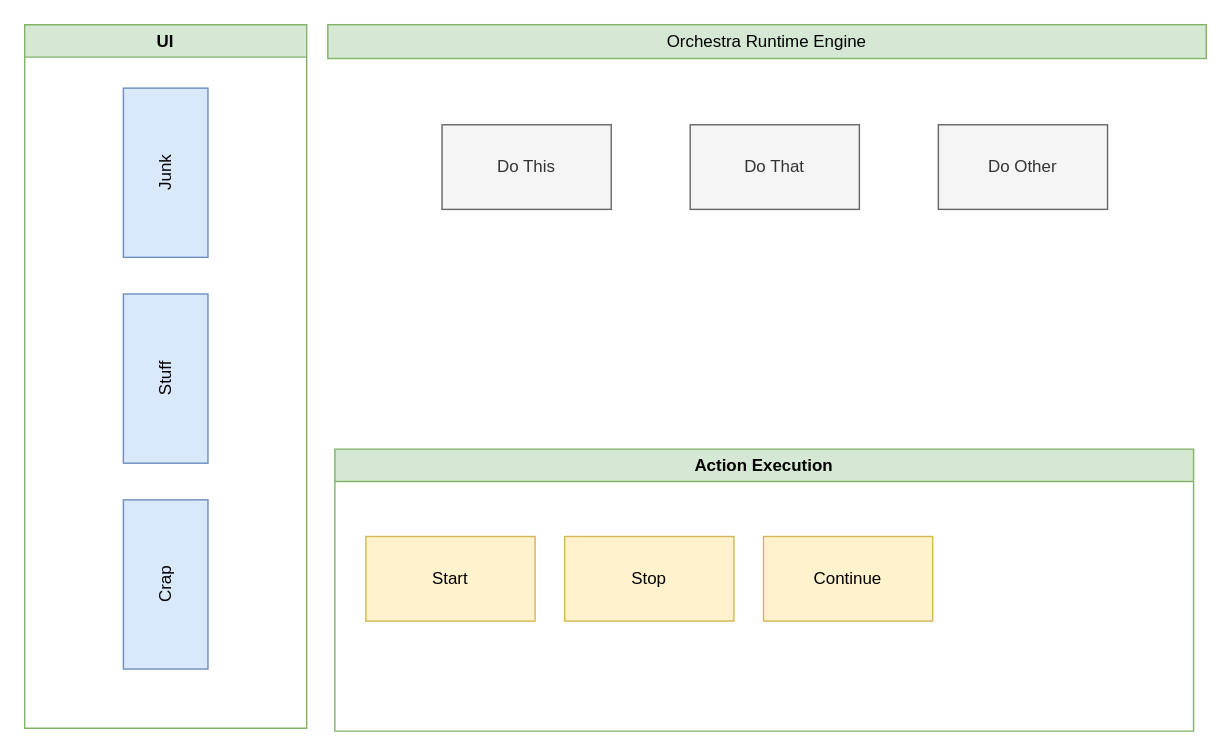
jkilgrow/design-diagrams keeps this draw.io diagram as demo-diagrams/first-demo-diagram.drawio. Above is the earlier version. Source tidied: cells renumbered, new cells numbered last; positions are measured from the earlier drawing's top-left corner, leaving out a move shared by most shapes. Both pictures are drawn from the tidied source at 141%, with x=0, y=0 at pixel (24, 24).
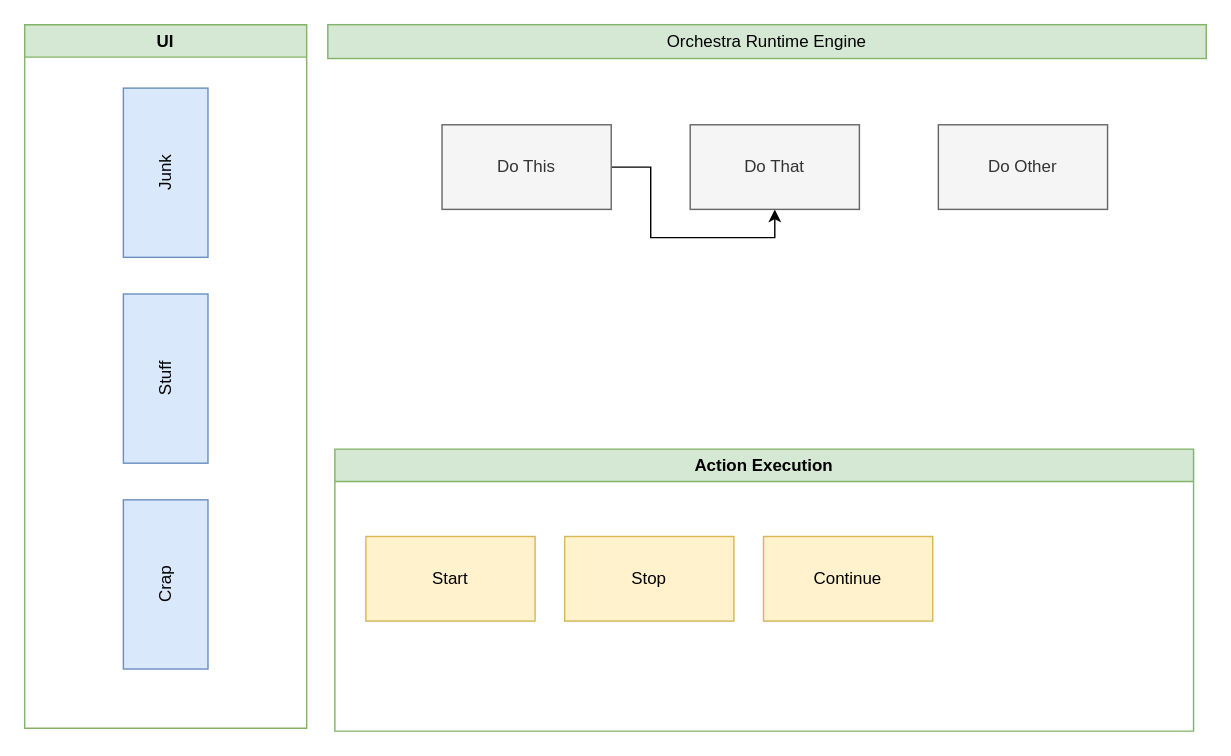
After the change.

Commit message:
Draw a line

Diff of the diagram source:
```diff
@@
 <mxGraphModel>
   <root>
     <mxCell id="0" />
     <mxCell id="1" parent="0" />
     <mxCell id="2" value="UI" style="swimlane;whiteSpace=wrap;html=1;fillColor=#d5e8d4;strokeColor=#82b366;" parent="1" vertex="1">
       <mxGeometry width="200" height="499" as="geometry" />
     </mxCell>
     <mxCell id="3" value="Crap" style="rounded=0;whiteSpace=wrap;html=1;fillColor=#dae8fc;strokeColor=#6c8ebf;rotation=-90;" parent="2" vertex="1">
       <mxGeometry x="40" y="367" width="120" height="60" as="geometry" />
     </mxCell>
     <mxCell id="4" value="Stuff" style="rounded=0;whiteSpace=wrap;html=1;fillColor=#dae8fc;strokeColor=#6c8ebf;rotation=-90;" parent="2" vertex="1">
       <mxGeometry x="40" y="221" width="120" height="60" as="geometry" />
     </mxCell>
     <mxCell id="5" value="Junk" style="rounded=0;whiteSpace=wrap;html=1;fillColor=#dae8fc;strokeColor=#6c8ebf;rotation=-90;" parent="2" vertex="1">
       <mxGeometry x="40" y="75" width="120" height="60" as="geometry" />
     </mxCell>
     <mxCell id="6" value="Action Execution" style="swimlane;whiteSpace=wrap;html=1;fillColor=#d5e8d4;strokeColor=#82b366;" parent="1" vertex="1">
       <mxGeometry x="220" y="301" width="609" height="200" as="geometry" />
     </mxCell>
     <mxCell id="7" value="Start" style="rounded=0;whiteSpace=wrap;html=1;fillColor=#fff2cc;strokeColor=#d6b656;" parent="6" vertex="1">
       <mxGeometry x="22" y="62" width="120" height="60" as="geometry" />
     </mxCell>
     <mxCell id="8" value="Stop" style="rounded=0;whiteSpace=wrap;html=1;fillColor=#fff2cc;strokeColor=#d6b656;" parent="6" vertex="1">
       <mxGeometry x="163" y="62" width="120" height="60" as="geometry" />
     </mxCell>
     <mxCell id="9" value="Continue" style="rounded=0;whiteSpace=wrap;html=1;fillColor=#fff2cc;strokeColor=#d6b656;" parent="6" vertex="1">
       <mxGeometry x="304" y="62" width="120" height="60" as="geometry" />
     </mxCell>
     <mxCell id="10" value="Orchestra Runtime Engine" style="rounded=0;whiteSpace=wrap;html=1;fillColor=#d5e8d4;strokeColor=#82b366;" parent="1" vertex="1">
       <mxGeometry x="215" width="623" height="24" as="geometry" />
     </mxCell>
+    <mxCell id="14" style="edgeStyle=orthogonalEdgeStyle;rounded=0;jettySize=auto;html=1;entryX=0.5;entryY=1;entryDx=0;entryDy=0;" parent="1" edge="1" source="11" target="12">
+      <mxGeometry relative="1" as="geometry" />
+    </mxCell>
     <mxCell id="11" value="Do This" style="rounded=0;whiteSpace=wrap;html=1;fillColor=#f5f5f5;fontColor=#333333;strokeColor=#666666;" parent="1" vertex="1">
       <mxGeometry x="296" y="71" width="120" height="60" as="geometry" />
     </mxCell>
     <mxCell id="12" value="Do That" style="rounded=0;whiteSpace=wrap;html=1;fillColor=#f5f5f5;fontColor=#333333;strokeColor=#666666;" parent="1" vertex="1">
       <mxGeometry x="472" y="71" width="120" height="60" as="geometry" />
     </mxCell>
     <mxCell id="13" value="Do Other" style="rounded=0;whiteSpace=wrap;html=1;fillColor=#f5f5f5;fontColor=#333333;strokeColor=#666666;" parent="1" vertex="1">
       <mxGeometry x="648" y="71" width="120" height="60" as="geometry" />
     </mxCell>
   </root>
 </mxGraphModel>
```
